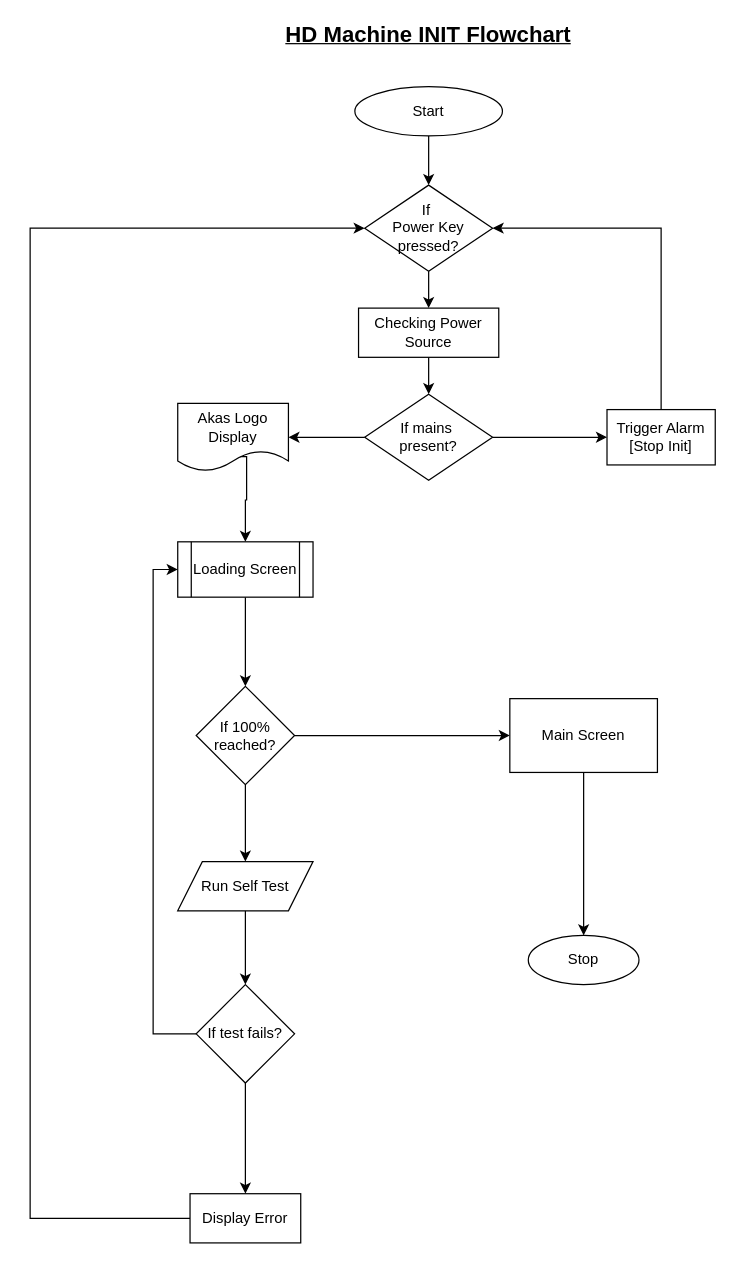
Earlier version of the draw.io diagram HD_INIT.drawio (Balaji-Soft/Minion-repo). Source tidied: cells renumbered, new cells numbered last; positions are measured from the earlier drawing's top-left corner, leaving out a move shared by most shapes. Both pictures are drawn from the tidied source at 123%, with x=0, y=0 at pixel (30, 25).
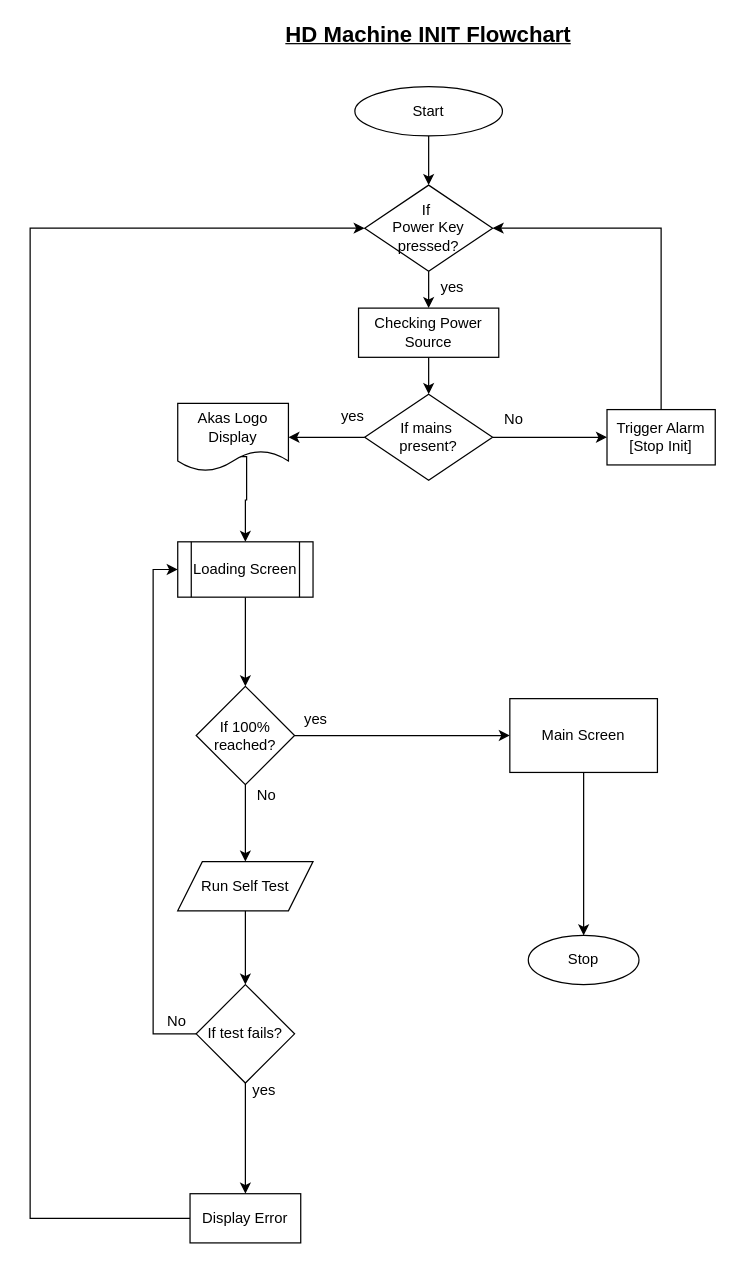
Above is the later version.

What changed in the source:
```diff
@@
+    <mxCell id="31" value="yes" style="text;html=1;align=center;verticalAlign=middle;strokeColor=none;fillColor=none;" parent="1" vertex="1">
+      <mxGeometry x="324" y="200" width="37" height="26" as="geometry" />
+    </mxCell>
+    <mxCell id="32" value="No" style="text;html=1;align=center;verticalAlign=middle;strokeColor=none;fillColor=none;" parent="1" vertex="1">
+      <mxGeometry x="376" y="307.5" width="33" height="26" as="geometry" />
+    </mxCell>
+    <mxCell id="33" value="yes" style="text;html=1;align=center;verticalAlign=middle;strokeColor=none;fillColor=none;" parent="1" vertex="1">
+      <mxGeometry x="243" y="305" width="37" height="26" as="geometry" />
+    </mxCell>
+    <mxCell id="34" value="yes" style="text;html=1;align=center;verticalAlign=middle;strokeColor=none;fillColor=none;" parent="1" vertex="1">
+      <mxGeometry x="213" y="552" width="37" height="26" as="geometry" />
+    </mxCell>
+    <mxCell id="35" value="yes" style="text;html=1;align=center;verticalAlign=middle;strokeColor=none;fillColor=none;" parent="1" vertex="1">
+      <mxGeometry x="171" y="853" width="37" height="26" as="geometry" />
+    </mxCell>
+    <mxCell id="36" value="No" style="text;html=1;align=center;verticalAlign=middle;strokeColor=none;fillColor=none;" parent="1" vertex="1">
+      <mxGeometry x="175" y="613" width="33" height="26" as="geometry" />
+    </mxCell>
+    <mxCell id="37" value="No" style="text;html=1;align=center;verticalAlign=middle;strokeColor=none;fillColor=none;" parent="1" vertex="1">
+      <mxGeometry x="102" y="797" width="33" height="26" as="geometry" />
+    </mxCell>
```
